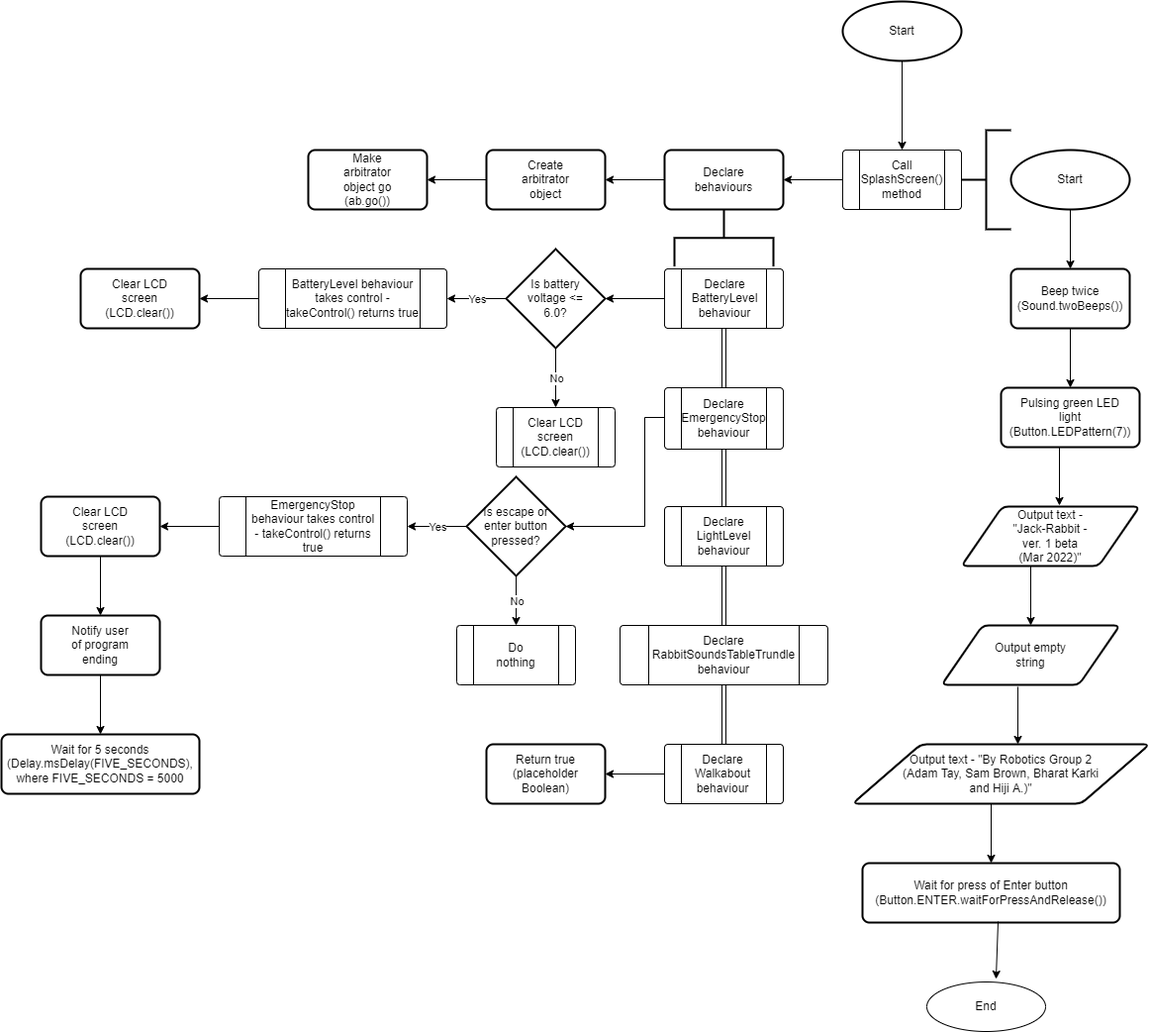
XLmT09/Bunny-Robot keeps this draw.io diagram as Final submission/ControlFlow.png. Above is the earlier version. Source tidied: cells renumbered, new cells last; positions are measured from the earlier drawing's top-left corner, leaving out a move shared by most shapes.
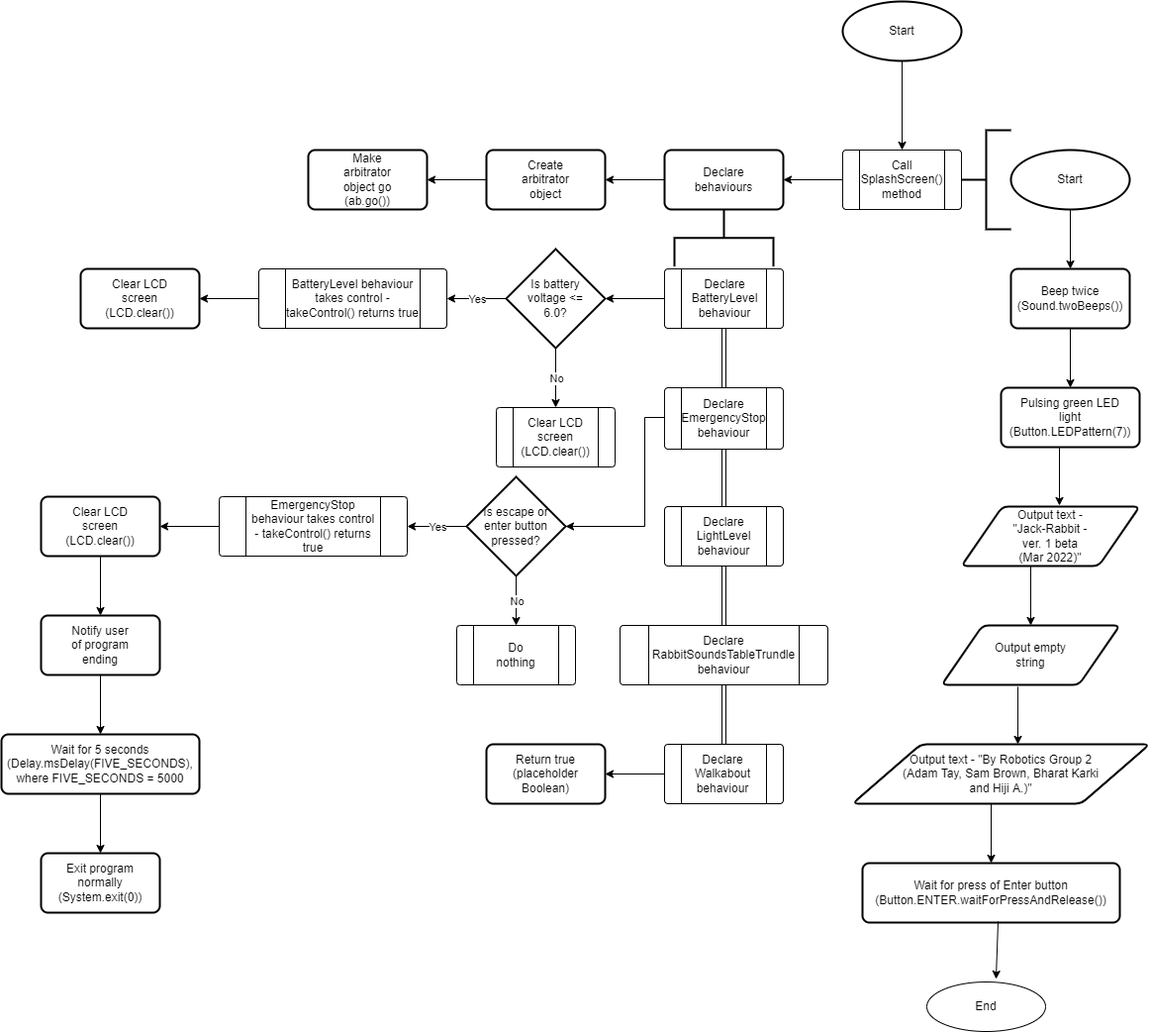
Later version of the same file.

Change to the diagram source:
```diff
@@ -375,5 +375,17 @@
     <mxCell id="117" value="Wait for 5 seconds (Delay.msDelay(FIVE_SECONDS), where FIVE_SECONDS = 5000" style="text;strokeColor=none;fillColor=none;html=1;align=center;verticalAlign=middle;whiteSpace=wrap;rounded=0;hachureGap=4;" parent="115" vertex="1">
       <mxGeometry x="70" y="15" width="60" height="30" as="geometry" />
     </mxCell>
+    <mxCell id="118" style="group;" parent="1" vertex="1">
+      <mxGeometry x="40" y="860" width="120" height="60" as="geometry" />
+    </mxCell>
+    <mxCell id="119" style="rounded=1;whiteSpace=wrap;html=1;absoluteArcSize=1;arcSize=14;strokeWidth=2;hachureGap=4;" parent="118" vertex="1">
+      <mxGeometry width="120" height="60" as="geometry" />
+    </mxCell>
+    <mxCell id="120" value="Exit program normally (System.exit(0))" style="text;strokeColor=none;fillColor=none;html=1;align=center;verticalAlign=middle;whiteSpace=wrap;rounded=0;hachureGap=4;" parent="118" vertex="1">
+      <mxGeometry x="30" y="15" width="60" height="30" as="geometry" />
+    </mxCell>
+    <mxCell id="121" style="endArrow=classic;html=1;rounded=0;sourcePerimeterSpacing=8;targetPerimeterSpacing=8;entryX=0.5;entryY=0;entryDx=0;entryDy=0;exitX=0.5;exitY=1;exitDx=0;exitDy=0;" parent="1" edge="1" source="116" target="119">
+      <mxGeometry relative="1" as="geometry" />
+    </mxCell>
   </root>
 </mxGraphModel>
```
